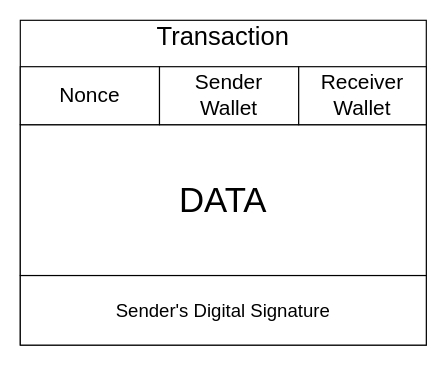
Above: Diagrams/Transaction.drawio in MlgEpicBanana69/dreamveil (draw.io), before the change. Source tidied: cells renumbered, new cells numbered last; positions are measured from the earlier drawing's top-left corner, leaving out a move shared by most shapes. Both pictures are drawn from the tidied source at 116%, with x=0, y=0 at pixel (20, 20).
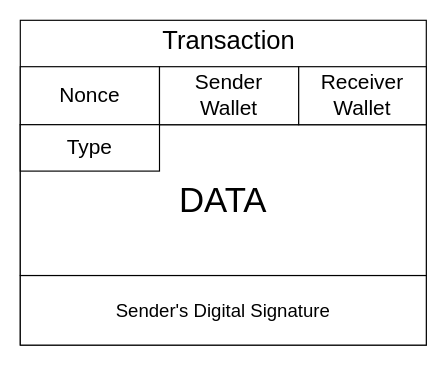
After the change.

Commit message (it also covers changes not shown here):
Updated dreamveil architecture

Diff of the diagram source:
```diff
@@
 <mxGraphModel>
   <root>
     <mxCell id="0" />
     <mxCell id="1" parent="0" />
     <mxCell id="2" style="rounded=0;whiteSpace=wrap;html=1;" parent="1" vertex="1">
       <mxGeometry width="350" height="280" as="geometry" />
     </mxCell>
     <mxCell id="3" value="&lt;span&gt;&lt;font style=&quot;font-size: 16px&quot;&gt;Sender's Digital Signature&lt;/font&gt;&lt;/span&gt;" style="rounded=0;whiteSpace=wrap;html=1;" parent="1" vertex="1">
       <mxGeometry y="220" width="350" height="60" as="geometry" />
     </mxCell>
     <mxCell id="4" value="&lt;font style=&quot;font-size: 30px&quot;&gt;DATA&lt;/font&gt;" style="rounded=0;whiteSpace=wrap;html=1;" parent="1" vertex="1">
       <mxGeometry y="90" width="350" height="130" as="geometry" />
     </mxCell>
     <mxCell id="5" value="&lt;font style=&quot;font-size: 22px;&quot;&gt;Transaction&lt;/font&gt;" style="text;html=1;strokeColor=none;fillColor=none;align=center;verticalAlign=middle;whiteSpace=wrap;rounded=0;fontSize=22;" parent="1" vertex="1">
-      <mxGeometry x="100" width="150" height="30" as="geometry" />
+      <mxGeometry x="105" y="3" width="150" height="30" as="geometry" />
     </mxCell>
     <mxCell id="6" value="Nonce" style="rounded=0;whiteSpace=wrap;html=1;fontSize=18;" parent="1" vertex="1">
       <mxGeometry y="40" width="120" height="50" as="geometry" />
     </mxCell>
     <mxCell id="7" value="Sender&lt;br style=&quot;font-size: 18px;&quot;&gt;Wallet" style="rounded=0;whiteSpace=wrap;html=1;fontSize=18;" parent="1" vertex="1">
       <mxGeometry x="120" y="40" width="120" height="50" as="geometry" />
     </mxCell>
     <mxCell id="8" value="Receiver&lt;br style=&quot;font-size: 18px;&quot;&gt;Wallet" style="rounded=0;whiteSpace=wrap;html=1;fontSize=18;" parent="1" vertex="1">
       <mxGeometry x="240" y="40" width="110" height="50" as="geometry" />
     </mxCell>
+    <mxCell id="9" value="Type" style="rounded=0;whiteSpace=wrap;html=1;fontSize=18;" parent="1" vertex="1">
+      <mxGeometry y="90" width="120" height="40" as="geometry" />
+    </mxCell>
   </root>
 </mxGraphModel>
```
